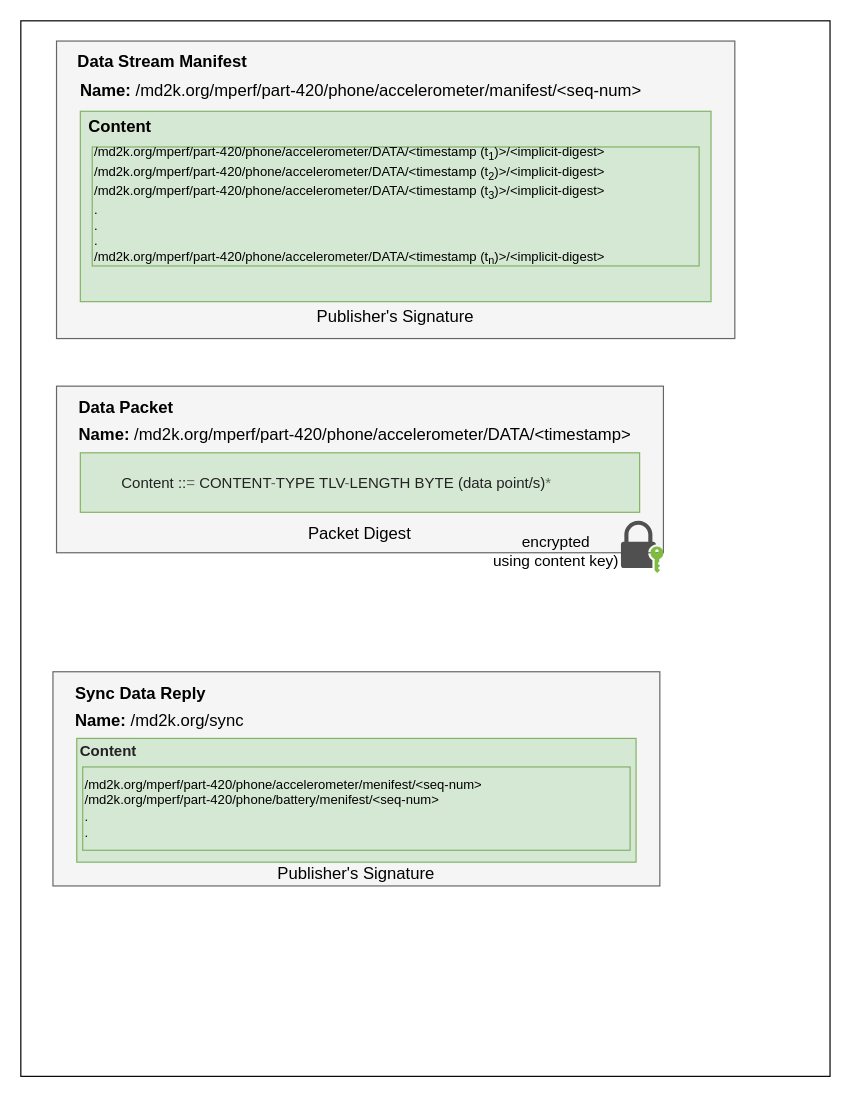
Before: page "misc" (3 of 4) of docs/mGuard .drawio in dulalsaurab/new-mguard, a draw.io diagram. Source tidied: cells renumbered, new cells numbered last; positions are measured from the earlier drawing's top-left corner, leaving out a move shared by most shapes. Both pictures are drawn from the tidied source at 119%, with x=0, y=0 at pixel (20, 20).
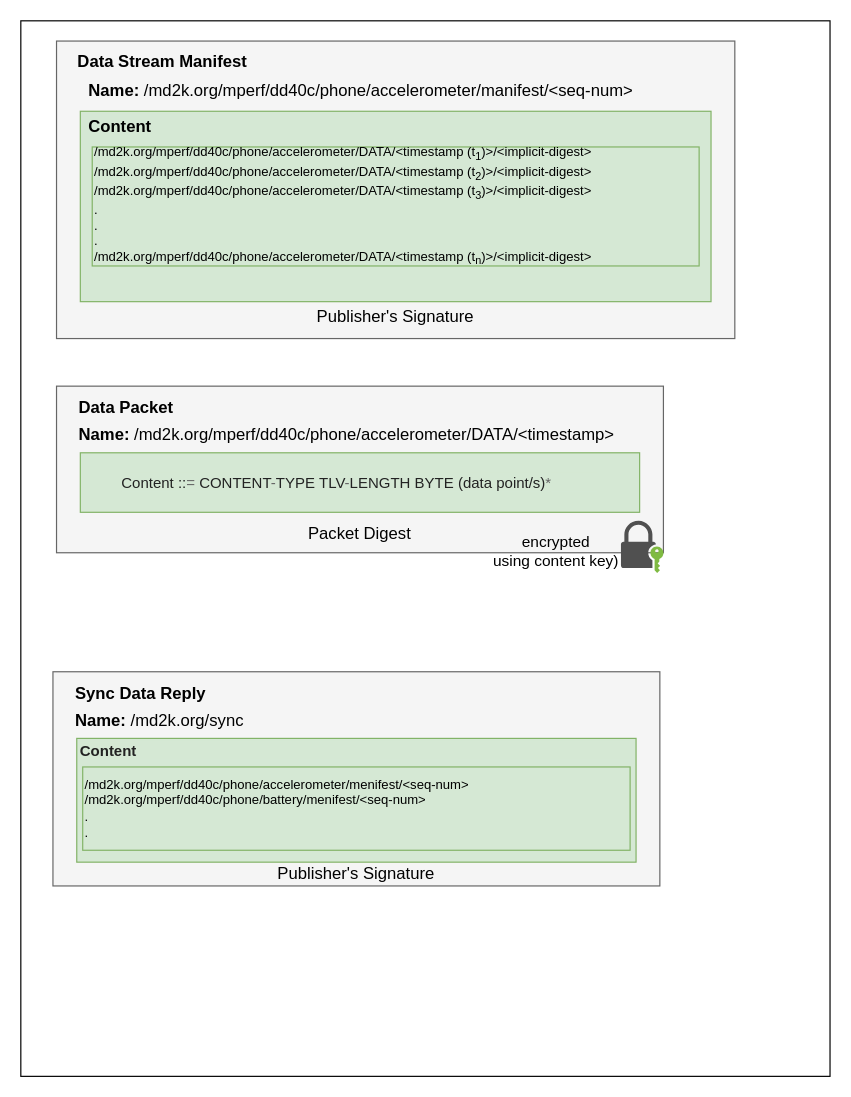
The same diagram, later.

The edit, as a diff of the source:
```diff
@@
-    <mxCell id="4" value="&lt;div style=&quot;text-align: left&quot;&gt;&lt;/div&gt;&lt;b&gt;Name:&lt;/b&gt; /md2k.org/mperf/part-420/phone/accelerometer/manifest/&amp;lt;seq-num&amp;gt;" style="text;html=1;strokeColor=none;fillColor=none;align=center;verticalAlign=middle;whiteSpace=wrap;rounded=0;fontStyle=0;fontSize=14;" parent="1" vertex="1">
+    <mxCell id="4" value="&lt;div style=&quot;text-align: left&quot;&gt;&lt;/div&gt;&lt;b&gt;Name:&lt;/b&gt; /md2k.org/mperf/dd40c/phone/accelerometer/manifest/&amp;lt;seq-num&amp;gt;" style="text;html=1;strokeColor=none;fillColor=none;align=center;verticalAlign=middle;whiteSpace=wrap;rounded=0;fontStyle=0;fontSize=14;" parent="1" vertex="1">
       <mxGeometry x="41" y="44" width="490" height="30" as="geometry" />
     </mxCell>
@@
-    <mxCell id="6" value="/md2k.org/mperf/part-420/phone/accelerometer/DATA/&amp;lt;timestamp (t&lt;sub&gt;1&lt;/sub&gt;)&amp;gt;/&amp;lt;implicit-digest&amp;gt;&lt;br&gt;/md2k.org/mperf/part-420/phone/accelerometer/DATA/&amp;lt;timestamp (t&lt;sub&gt;2&lt;/sub&gt;)&amp;gt;/&amp;lt;implicit-digest&amp;gt;&lt;br&gt;/md2k.org/mperf/part-420/phone/accelerometer/DATA/&amp;lt;timestamp (t&lt;sub&gt;3&lt;/sub&gt;)&amp;gt;/&amp;lt;implicit-digest&amp;gt;&lt;br&gt;.&lt;br&gt;.&lt;br&gt;.&lt;br&gt;/md2k.org/mperf/part-420/phone/accelerometer/DATA/&amp;lt;timestamp (t&lt;sub&gt;n&lt;/sub&gt;)&amp;gt;/&amp;lt;implicit-digest&amp;gt;" style="text;html=1;strokeColor=#82b366;fillColor=#d5e8d4;align=left;verticalAlign=middle;whiteSpace=wrap;rounded=0;fontStyle=0;fontSize=11;" parent="1" vertex="1">
+    <mxCell id="6" value="/md2k.org/mperf/dd40c/phone/accelerometer/DATA/&amp;lt;timestamp (t&lt;sub&gt;1&lt;/sub&gt;)&amp;gt;/&amp;lt;implicit-digest&amp;gt;&lt;br&gt;/md2k.org/mperf/dd40c/phone/accelerometer/DATA/&amp;lt;timestamp (t&lt;sub&gt;2&lt;/sub&gt;)&amp;gt;/&amp;lt;implicit-digest&amp;gt;&lt;br&gt;/md2k.org/mperf/dd40c/phone/accelerometer/DATA/&amp;lt;timestamp (t&lt;sub&gt;3&lt;/sub&gt;)&amp;gt;/&amp;lt;implicit-digest&amp;gt;&lt;br&gt;.&lt;br&gt;.&lt;br&gt;.&lt;br&gt;/md2k.org/mperf/dd40c/phone/accelerometer/DATA/&amp;lt;timestamp (t&lt;sub&gt;n&lt;/sub&gt;)&amp;gt;/&amp;lt;implicit-digest&amp;gt;" style="text;html=1;strokeColor=#82b366;fillColor=#d5e8d4;align=left;verticalAlign=middle;whiteSpace=wrap;rounded=0;fontStyle=0;fontSize=11;" parent="1" vertex="1">
       <mxGeometry x="60" y="106" width="510" height="100" as="geometry" />
     </mxCell>
@@
-    <mxCell id="10" value="&lt;div style=&quot;&quot;&gt;&lt;/div&gt;&lt;b&gt;Name:&lt;/b&gt; /md2k.org/mperf/part-420/phone/accelerometer/DATA/&amp;lt;timestamp&amp;gt;" style="text;html=1;strokeColor=none;fillColor=none;align=left;verticalAlign=middle;whiteSpace=wrap;rounded=0;fontStyle=0;fontSize=14;" parent="1" vertex="1">
+    <mxCell id="10" value="&lt;div&gt;&lt;/div&gt;&lt;b&gt;Name:&lt;/b&gt; /md2k.org/mperf/dd40c/phone/accelerometer/DATA/&amp;lt;timestamp&amp;gt;" style="text;html=1;strokeColor=none;fillColor=none;align=left;verticalAlign=middle;whiteSpace=wrap;rounded=0;fontStyle=0;fontSize=14;" parent="1" vertex="1">
       <mxGeometry x="47" y="333" width="490" height="30" as="geometry" />
     </mxCell>
@@
-    <mxCell id="21" value="/md2k.org/mperf/part-420/phone/accelerometer/menifest/&amp;lt;seq-num&amp;gt;&lt;br&gt;/md2k.org/mperf/part-420/phone/battery/menifest/&amp;lt;seq-num&amp;gt;&lt;br&gt;.&lt;br&gt;." style="text;html=1;strokeColor=#82b366;fillColor=#d5e8d4;align=left;verticalAlign=middle;whiteSpace=wrap;rounded=0;fontStyle=0;fontSize=11;" parent="1" vertex="1">
+    <mxCell id="21" value="/md2k.org/mperf/dd40c/phone/accelerometer/menifest/&amp;lt;seq-num&amp;gt;&lt;br&gt;/md2k.org/mperf/dd40c/phone/battery/menifest/&amp;lt;seq-num&amp;gt;&lt;br&gt;.&lt;br&gt;." style="text;html=1;strokeColor=#82b366;fillColor=#d5e8d4;align=left;verticalAlign=middle;whiteSpace=wrap;rounded=0;fontStyle=0;fontSize=11;" parent="1" vertex="1">
       <mxGeometry x="52" y="627" width="460" height="70" as="geometry" />
     </mxCell>
```
